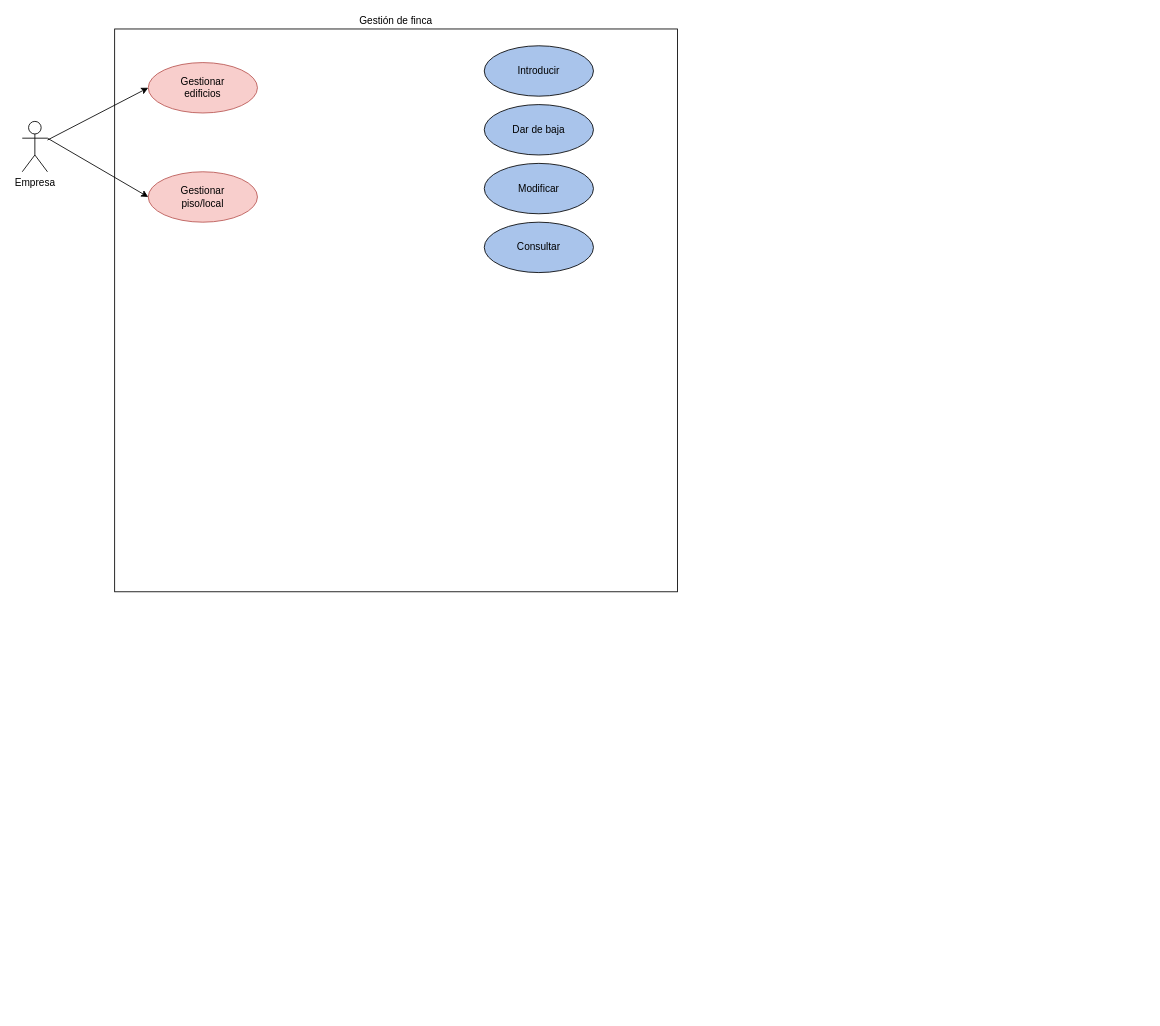
This is Untitled Diagram.drawio from vmcabreu/calculoarea, a draw.io file, before an edit. Source tidied: cells renumbered, new cells numbered last; positions are measured from the earlier drawing's top-left corner, leaving out a move shared by most shapes. Both pictures are drawn from the tidied source at 84%, with x=0, y=0 at pixel (22, 29).
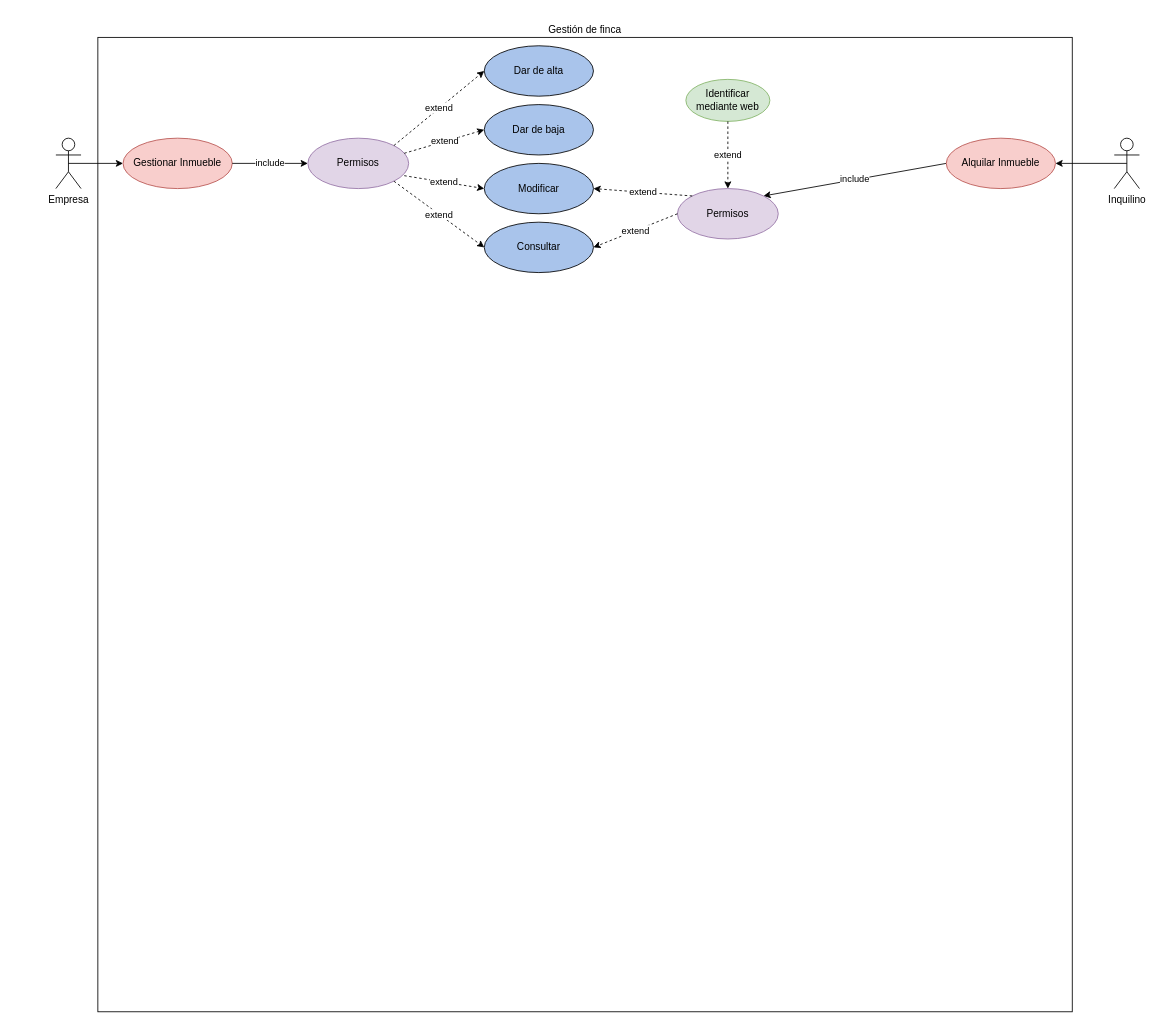
After the change.

Unchanged cells that the change refers to:
```xml
<mxCell id="4" value="Dar de baja" style="ellipse;whiteSpace=wrap;html=1;fontFamily=Helvetica;fillColor=#A9C4EB;strokeColor=default;" parent="1" vertex="1">
  <mxGeometry x="550" y="90" width="130" height="60" as="geometry" />
</mxCell>
<mxCell id="5" value="&lt;div&gt;Modificar&lt;/div&gt;" style="ellipse;whiteSpace=wrap;html=1;fontFamily=Helvetica;fillColor=#A9C4EB;strokeColor=default;" parent="1" vertex="1">
  <mxGeometry x="550" y="160" width="130" height="60" as="geometry" />
</mxCell>
<mxCell id="6" value="Consultar" style="ellipse;whiteSpace=wrap;html=1;fontFamily=Helvetica;fillColor=#A9C4EB;strokeColor=default;" parent="1" vertex="1">
  <mxGeometry x="550" y="230" width="130" height="60" as="geometry" />
</mxCell>
```

What changed in the source:
```diff
@@
+    <mxCell id="7" value="&lt;div&gt;Gestión de finca&lt;/div&gt;" style="whiteSpace=wrap;html=1;fontFamily=Helvetica;strokeColor=default;fillColor=default;labelPosition=center;verticalLabelPosition=top;align=center;verticalAlign=bottom;" parent="1" vertex="1">
+      <mxGeometry x="90" y="10" width="1160" height="1160" as="geometry" />
+    </mxCell>
     <mxCell id="2" value="Empresa" style="shape=umlActor;verticalLabelPosition=bottom;verticalAlign=top;html=1;outlineConnect=0;fontFamily=Helvetica;fillColor=none;" parent="1" vertex="1">
-      <mxGeometry y="110" width="30" height="60" as="geometry" />
+      <mxGeometry x="40" y="130" width="30" height="60" as="geometry" />
     </mxCell>
-    <mxCell id="3" value="&lt;div&gt;Introducir&lt;/div&gt;" style="ellipse;whiteSpace=wrap;html=1;fontFamily=Helvetica;fillColor=#A9C4EB;strokeColor=default;" parent="1" vertex="1">
+    <mxCell id="3" value="Dar de alta" style="ellipse;whiteSpace=wrap;html=1;fontFamily=Helvetica;fillColor=#A9C4EB;strokeColor=default;" parent="1" vertex="1">
       <mxGeometry x="550" y="20" width="130" height="60" as="geometry" />
     </mxCell>
@@
-    <mxCell id="7" value="&lt;div&gt;Gestión de finca&lt;/div&gt;" style="whiteSpace=wrap;html=1;fontFamily=Helvetica;strokeColor=default;fillColor=none;labelPosition=center;verticalLabelPosition=top;align=center;verticalAlign=bottom;" parent="1" vertex="1">
-      <mxGeometry x="110" width="670" height="670" as="geometry" />
-    </mxCell>
-    <mxCell id="8" value="&lt;div&gt;Gestionar&lt;/div&gt;&lt;div&gt;edificios&lt;/div&gt;" style="ellipse;whiteSpace=wrap;html=1;fontFamily=Helvetica;fillColor=#f8cecc;strokeColor=#b85450;" parent="1" vertex="1">
-      <mxGeometry x="150" y="40" width="130" height="60" as="geometry" />
-    </mxCell>
-    <mxCell id="9" value="&lt;div&gt;Gestionar&lt;/div&gt;&lt;div&gt;piso/local&lt;br&gt;&lt;/div&gt;" style="ellipse;whiteSpace=wrap;html=1;fontFamily=Helvetica;fillColor=#f8cecc;strokeColor=#b85450;" parent="1" vertex="1">
-      <mxGeometry x="150" y="170" width="130" height="60" as="geometry" />
+    <mxCell id="9" value="&lt;div&gt;Gestionar Inmueble&lt;/div&gt;" style="ellipse;whiteSpace=wrap;html=1;fontFamily=Helvetica;fillColor=#f8cecc;strokeColor=#b85450;" parent="1" vertex="1">
+      <mxGeometry x="120" y="130" width="130" height="60" as="geometry" />
     </mxCell>
-    <mxCell id="10" style="endArrow=classic;html=1;rounded=0;fontFamily=Helvetica;entryX=0;entryY=0.5;entryDx=0;entryDy=0;" parent="1" edge="1" source="2" target="8">
-      <mxGeometry relative="1" as="geometry" />
-    </mxCell>
-    <mxCell id="11" style="endArrow=classic;html=1;rounded=0;fontFamily=Helvetica;entryX=0;entryY=0.5;entryDx=0;entryDy=0;exitX=1;exitY=0.3333333333333333;exitDx=0;exitDy=0;exitPerimeter=0;" parent="1" edge="1" source="2" target="9">
+    <mxCell id="11" style="endArrow=classic;html=1;rounded=0;fontFamily=Helvetica;entryX=0;entryY=0.5;entryDx=0;entryDy=0;exitX=0.5;exitY=0.5;exitDx=0;exitDy=0;exitPerimeter=0;" parent="1" edge="1" source="2" target="9">
       <mxGeometry relative="1" as="geometry" />
     </mxCell>
+    <mxCell id="12" value="Permisos" style="ellipse;whiteSpace=wrap;html=1;fillColor=#e1d5e7;strokeColor=#9673a6;" parent="1" vertex="1">
+      <mxGeometry x="340" y="130" width="120" height="60" as="geometry" />
+    </mxCell>
+    <mxCell id="13" value="include" style="endArrow=classic;html=1;rounded=0;exitX=1;exitY=0.5;exitDx=0;exitDy=0;entryX=0;entryY=0.5;entryDx=0;entryDy=0;" parent="1" edge="1" source="9" target="12">
+      <mxGeometry relative="1" as="geometry" />
+    </mxCell>
+    <mxCell id="14" value="extend" style="endArrow=classic;html=1;rounded=0;exitX=1;exitY=0;exitDx=0;exitDy=0;entryX=0;entryY=0.5;entryDx=0;entryDy=0;dashed=1;" parent="1" edge="1" source="12" target="3">
+      <mxGeometry relative="1" as="geometry" />
+    </mxCell>
+    <mxCell id="15" value="extend" style="endArrow=classic;html=1;rounded=0;exitX=0.956;exitY=0.3;exitDx=0;exitDy=0;entryX=0;entryY=0.5;entryDx=0;entryDy=0;exitPerimeter=0;dashed=1;" parent="1" edge="1" source="12" target="4">
+      <mxGeometry relative="1" as="geometry" />
+    </mxCell>
+    <mxCell id="16" value="extend" style="endArrow=classic;html=1;rounded=0;exitX=0.956;exitY=0.744;exitDx=0;exitDy=0;entryX=0;entryY=0.5;entryDx=0;entryDy=0;exitPerimeter=0;dashed=1;" parent="1" edge="1" source="12" target="5">
+      <mxGeometry relative="1" as="geometry" />
+    </mxCell>
+    <mxCell id="17" value="extend" style="endArrow=classic;html=1;rounded=0;exitX=1;exitY=1;exitDx=0;exitDy=0;entryX=0;entryY=0.5;entryDx=0;entryDy=0;dashed=1;" parent="1" edge="1" source="12" target="6">
+      <mxGeometry relative="1" as="geometry" />
+    </mxCell>
+    <mxCell id="18" value="Inquilino" style="shape=umlActor;verticalLabelPosition=bottom;verticalAlign=top;html=1;outlineConnect=0;fontFamily=Helvetica;fillColor=none;" parent="1" vertex="1">
+      <mxGeometry x="1300" y="130" width="30" height="60" as="geometry" />
+    </mxCell>
+    <mxCell id="19" value="&lt;div&gt;Identificar mediante web&lt;/div&gt;" style="ellipse;whiteSpace=wrap;html=1;fontFamily=Helvetica;fillColor=#d5e8d4;strokeColor=#82b366;" parent="1" vertex="1">
+      <mxGeometry x="790" y="60" width="100" height="50" as="geometry" />
+    </mxCell>
+    <mxCell id="20" value="include" style="endArrow=classic;html=1;rounded=0;fontFamily=Helvetica;exitX=0;exitY=0.5;exitDx=0;exitDy=0;entryX=1;entryY=0;entryDx=0;entryDy=0;" parent="1" edge="1" source="25" target="22">
+      <mxGeometry relative="1" as="geometry" />
+    </mxCell>
+    <mxCell id="21" value="&lt;div&gt;extend&lt;/div&gt;" style="endArrow=classic;html=1;rounded=0;exitX=0.5;exitY=1;exitDx=0;exitDy=0;dashed=1;" parent="1" edge="1" source="19" target="22">
+      <mxGeometry relative="1" as="geometry" />
+    </mxCell>
+    <mxCell id="22" value="&lt;div&gt;Permisos&lt;/div&gt;" style="ellipse;whiteSpace=wrap;html=1;fillColor=#e1d5e7;strokeColor=#9673a6;" parent="1" vertex="1">
+      <mxGeometry x="780" y="190" width="120" height="60" as="geometry" />
+    </mxCell>
+    <mxCell id="23" value="extend" style="endArrow=classic;html=1;rounded=0;exitX=0;exitY=0;exitDx=0;exitDy=0;entryX=1;entryY=0.5;entryDx=0;entryDy=0;dashed=1;" parent="1" edge="1" source="22" target="5">
+      <mxGeometry relative="1" as="geometry" />
+    </mxCell>
+    <mxCell id="24" value="extend" style="endArrow=classic;html=1;rounded=0;exitX=0;exitY=0.5;exitDx=0;exitDy=0;entryX=1;entryY=0.5;entryDx=0;entryDy=0;dashed=1;" parent="1" edge="1" source="22" target="6">
+      <mxGeometry relative="1" as="geometry" />
+    </mxCell>
+    <mxCell id="25" value="Alquilar Inmueble" style="ellipse;whiteSpace=wrap;html=1;fontFamily=Helvetica;fillColor=#f8cecc;strokeColor=#b85450;" parent="1" vertex="1">
+      <mxGeometry x="1100" y="130" width="130" height="60" as="geometry" />
+    </mxCell>
+    <mxCell id="26" style="endArrow=classic;html=1;rounded=0;entryX=1;entryY=0.5;entryDx=0;entryDy=0;exitX=0.5;exitY=0.5;exitDx=0;exitDy=0;exitPerimeter=0;" parent="1" edge="1" source="18" target="25">
+      <mxGeometry relative="1" as="geometry" />
+    </mxCell>
```
